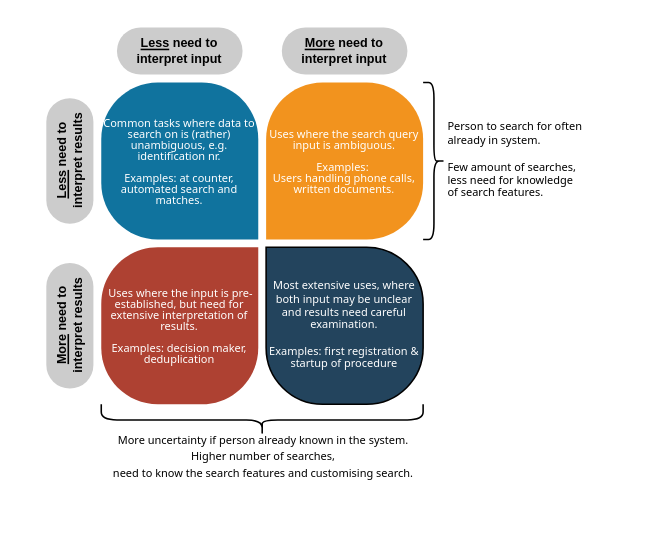
Earlier version of the draw.io diagram figures/ind-users-matrix.drawio (wvrossem/finding-blind-spots-dissertation). Source tidied: cells renumbered, new cells numbered last; positions are measured from the earlier drawing's top-left corner, leaving out a move shared by most shapes. Both pictures are drawn from the tidied source at 157%, with x=0, y=0 at pixel (27, 27).
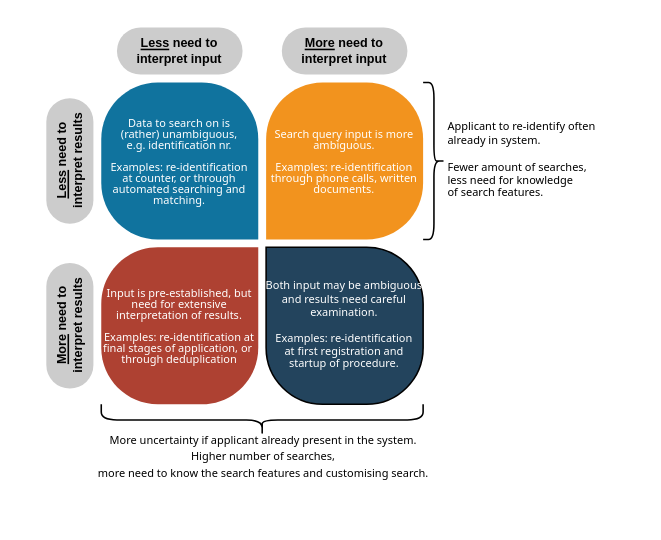
The same page after the edit.

Change to the diagram source:
```diff
@@
 <mxGraphModel>
   <root>
     <mxCell id="0" />
     <mxCell id="1" parent="0" />
-    <mxCell id="2" value="&lt;p style=&quot;line-height: 100%; font-size: 7px;&quot;&gt;&lt;font style=&quot;font-size: 7px;&quot;&gt;Common tasks where data to search on is (rather) unambiguous, e.g. identification nr.&lt;br style=&quot;font-size: 7px;&quot;&gt;&lt;br style=&quot;font-size: 7px;&quot;&gt;Examples: at counter, automated search and matches.&lt;/font&gt;&lt;/p&gt;" style="shape=mxgraph.basic.three_corner_round_rect;dx=18;flipH=1;html=1;fillColor=#10739E;strokeColor=none;shadow=0;fontSize=7;fontColor=#FFFFFF;align=center;fontStyle=0;whiteSpace=wrap;rounded=0;fontFamily=Tahoma;labelBackgroundColor=none;spacing=2;verticalAlign=middle;" parent="1" vertex="1">
+    <mxCell id="2" value="&lt;p style=&quot;line-height: 100%; font-size: 7px;&quot;&gt;&lt;font style=&quot;font-size: 7px;&quot;&gt;Data to search on is &lt;br&gt;(rather) unambiguous, &lt;br&gt;e.g. identification nr.&lt;br style=&quot;font-size: 7px;&quot;&gt;&lt;br style=&quot;font-size: 7px;&quot;&gt;Examples: re-identification&lt;br&gt;at counter, or through automated searching and matching.&lt;/font&gt;&lt;/p&gt;" style="shape=mxgraph.basic.three_corner_round_rect;dx=18;flipH=1;html=1;fillColor=#10739E;strokeColor=none;shadow=0;fontSize=7;fontColor=#FFFFFF;align=center;fontStyle=0;whiteSpace=wrap;rounded=0;fontFamily=Tahoma;labelBackgroundColor=none;spacing=2;verticalAlign=middle;" parent="1" vertex="1">
       <mxGeometry x="47" y="35" width="100" height="100" as="geometry" />
     </mxCell>
-    <mxCell id="3" value="&lt;p style=&quot;line-height: 100%; font-size: 7px;&quot;&gt;Uses where the search query input is ambiguous.&lt;br style=&quot;font-size: 7px;&quot;&gt;&lt;br style=&quot;font-size: 7px;&quot;&gt;Examples:&amp;nbsp;&lt;br style=&quot;font-size: 7px;&quot;&gt;Users handling phone calls, written documents.&lt;/p&gt;" style="shape=mxgraph.basic.three_corner_round_rect;dx=18;fillColor=#F2931E;strokeColor=none;shadow=0;fontSize=7;fontColor=#FFFFFF;align=center;fontStyle=0;rounded=0;fontFamily=Tahoma;html=1;whiteSpace=wrap;labelBorderColor=none;spacing=2;verticalAlign=middle;" parent="1" vertex="1">
+    <mxCell id="3" value="&lt;p style=&quot;line-height: 100%; font-size: 7px;&quot;&gt;Search query input is more ambiguous.&lt;br style=&quot;font-size: 7px;&quot;&gt;&lt;br style=&quot;font-size: 7px;&quot;&gt;Examples: re-identification through phone calls, written documents.&lt;/p&gt;" style="shape=mxgraph.basic.three_corner_round_rect;dx=18;fillColor=#F2931E;strokeColor=none;shadow=0;fontSize=7;fontColor=#FFFFFF;align=center;fontStyle=0;rounded=0;fontFamily=Tahoma;html=1;whiteSpace=wrap;labelBorderColor=none;spacing=2;verticalAlign=middle;" parent="1" vertex="1">
       <mxGeometry x="152" y="35" width="100" height="100" as="geometry" />
     </mxCell>
-    <mxCell id="4" value="&lt;p style=&quot;line-height: 100%; font-size: 7px;&quot;&gt;&amp;nbsp;Uses where the input is pre-established, but need for extensive interpretation of results.&lt;br style=&quot;font-size: 7px;&quot;&gt;&lt;br style=&quot;font-size: 7px;&quot;&gt;Examples: decision maker, deduplication&lt;/p&gt;" style="shape=mxgraph.basic.three_corner_round_rect;dx=18;flipH=1;flipV=1;html=1;fillColor=#AE4132;strokeColor=none;shadow=0;fontSize=7;fontColor=#FFFFFF;align=center;fontStyle=0;whiteSpace=wrap;rounded=0;fontFamily=Tahoma;spacing=2;verticalAlign=middle;" parent="1" vertex="1">
+    <mxCell id="4" value="&lt;p style=&quot;line-height: 100%; font-size: 7px;&quot;&gt;Input is pre-established, but need for extensive interpretation of results.&lt;br style=&quot;font-size: 7px;&quot;&gt;&lt;br style=&quot;font-size: 7px;&quot;&gt;Examples: re-identification at final stages of application, or&amp;nbsp; through deduplication&lt;/p&gt;" style="shape=mxgraph.basic.three_corner_round_rect;dx=18;flipH=1;flipV=1;html=1;fillColor=#AE4132;strokeColor=none;shadow=0;fontSize=7;fontColor=#FFFFFF;align=center;fontStyle=0;whiteSpace=wrap;rounded=0;fontFamily=Tahoma;spacing=2;verticalAlign=middle;" parent="1" vertex="1">
       <mxGeometry x="47" y="140" width="100" height="100" as="geometry" />
     </mxCell>
-    <mxCell id="5" value="Most extensive uses, where both input may be unclear and results need careful examination.&lt;br style=&quot;font-size: 7px;&quot;&gt;&lt;br style=&quot;font-size: 7px;&quot;&gt;Examples: first registration &amp;amp; startup of procedure" style="shape=mxgraph.basic.three_corner_round_rect;dx=18;flipV=1;fillColor=#23445D;shadow=0;fontSize=7;fontColor=#FFFFFF;align=center;fontStyle=0;rounded=0;fontFamily=Tahoma;sketch=0;spacing=1;verticalAlign=middle;whiteSpace=wrap;html=1;" parent="1" vertex="1">
+    <mxCell id="5" value="Both input may be ambiguous and results need careful examination.&lt;br style=&quot;font-size: 7px;&quot;&gt;&lt;br style=&quot;font-size: 7px;&quot;&gt;Examples: re-identification&lt;br&gt;at first registration and startup of procedure." style="shape=mxgraph.basic.three_corner_round_rect;dx=18;flipV=1;fillColor=#23445D;shadow=0;fontSize=7;fontColor=#FFFFFF;align=center;fontStyle=0;rounded=0;fontFamily=Tahoma;sketch=0;spacing=1;verticalAlign=middle;whiteSpace=wrap;html=1;" parent="1" vertex="1">
       <mxGeometry x="152" y="140" width="100" height="100" as="geometry" />
     </mxCell>
     <mxCell id="6" value="&lt;div style=&quot;font-size: 8px;&quot;&gt;&lt;u style=&quot;font-size: 8px;&quot;&gt;Less&lt;/u&gt; need to&lt;/div&gt;&lt;div style=&quot;font-size: 8px;&quot;&gt;interpret results&lt;/div&gt;" style="rounded=1;arcSize=50;html=1;fillColor=#CCCCCC;strokeColor=none;shadow=0;fontSize=8;align=center;fontStyle=1;whiteSpace=wrap;horizontal=0;fontFamily=Futura;" parent="1" vertex="1">
       <mxGeometry x="12" y="45" width="30" height="80" as="geometry" />
     </mxCell>
     <mxCell id="7" value="&lt;div style=&quot;font-size: 8px;&quot;&gt;&lt;u style=&quot;font-size: 8px;&quot;&gt;More&lt;/u&gt; need to&lt;/div&gt;&lt;div style=&quot;font-size: 8px;&quot;&gt;interpret results&lt;/div&gt;" style="rounded=1;arcSize=50;html=1;fillColor=#CCCCCC;strokeColor=none;shadow=0;fontSize=8;align=center;fontStyle=1;whiteSpace=wrap;horizontal=0;fontFamily=Futura;" parent="1" vertex="1">
       <mxGeometry x="12" y="150" width="30" height="80" as="geometry" />
     </mxCell>
     <mxCell id="8" value="&lt;u style=&quot;font-size: 8px;&quot;&gt;Less&lt;/u&gt; need to&lt;br style=&quot;font-size: 8px;&quot;&gt;interpret input" style="rounded=1;arcSize=50;html=1;fillColor=#CCCCCC;strokeColor=none;shadow=0;fontSize=8;align=center;fontStyle=1;whiteSpace=wrap;fontFamily=Futura;" parent="1" vertex="1">
       <mxGeometry x="57" width="80" height="30" as="geometry" />
     </mxCell>
     <mxCell id="9" value="&lt;u style=&quot;font-size: 8px;&quot;&gt;More&lt;/u&gt; need to&lt;br style=&quot;font-size: 8px;&quot;&gt;interpret input" style="rounded=1;arcSize=50;html=1;fillColor=#CCCCCC;strokeColor=none;shadow=0;fontSize=8;align=center;fontStyle=1;whiteSpace=wrap;fontFamily=Futura;" parent="1" vertex="1">
       <mxGeometry x="162" width="80" height="30" as="geometry" />
     </mxCell>
     <mxCell id="10" style="group;fontFamily=Tahoma;fontSize=7;" parent="1" vertex="1">
       <mxGeometry x="252" y="35" width="133.8" height="100" as="geometry" />
     </mxCell>
     <mxCell id="11" style="shape=curlyBracket;whiteSpace=wrap;html=1;rounded=1;labelBackgroundColor=none;sketch=0;strokeColor=#000000;fillColor=#9AC7BF;fontFamily=Helvetica;fontSize=8;fontColor=#E6E6E6;align=center;direction=west;size=0.5;" parent="10" vertex="1">
       <mxGeometry width="13.8" height="100" as="geometry" />
     </mxCell>
-    <mxCell id="12" value="&lt;div style=&quot;font-size: 7px&quot;&gt;&lt;span style=&quot;color: rgb(0 , 0 , 0)&quot;&gt;&lt;font style=&quot;font-size: 7px&quot;&gt;Person to search for often&amp;nbsp;&lt;/font&gt;&lt;/span&gt;&lt;/div&gt;&lt;font color=&quot;#000000&quot; style=&quot;font-size: 7px&quot;&gt;&lt;div&gt;already in system.&lt;/div&gt;&lt;div&gt;&lt;br&gt;&lt;/div&gt;&lt;div&gt;Few amount of searches,&lt;/div&gt;&lt;div&gt;less need for knowledge&amp;nbsp;&lt;/div&gt;&lt;div&gt;of search features.&lt;/div&gt;&lt;/font&gt;" style="text;html=1;align=left;verticalAlign=middle;fontSize=8;fontFamily=Tahoma;fontColor=#E6E6E6;" parent="10" vertex="1">
-      <mxGeometry x="13.8" y="15" width="100" height="70" as="geometry" />
+    <mxCell id="12" value="&lt;div style=&quot;font-size: 7px&quot;&gt;&lt;span style=&quot;color: rgb(0 , 0 , 0)&quot;&gt;&lt;font style=&quot;font-size: 7px&quot;&gt;Applicant&lt;/font&gt;&lt;/span&gt;&lt;span style=&quot;color: rgb(0, 0, 0); background-color: initial;&quot;&gt;&amp;nbsp;to re-identify often&amp;nbsp;&lt;/span&gt;&lt;/div&gt;&lt;font color=&quot;#000000&quot; style=&quot;font-size: 7px&quot;&gt;&lt;div&gt;already in system.&lt;/div&gt;&lt;div&gt;&lt;br&gt;&lt;/div&gt;&lt;div&gt;Fewer amount of searches,&lt;/div&gt;&lt;div&gt;less need for knowledge&amp;nbsp;&lt;/div&gt;&lt;div&gt;of search features.&lt;/div&gt;&lt;/font&gt;" style="text;html=1;align=left;verticalAlign=middle;fontSize=8;fontFamily=Tahoma;fontColor=#E6E6E6;" parent="10" vertex="1">
+      <mxGeometry x="13.8" y="20" width="110" height="60" as="geometry" />
     </mxCell>
     <mxCell id="13" style="group;fontSize=11;fontFamily=Tahoma;" parent="1" vertex="1">
       <mxGeometry x="-0.5" y="240" width="300" height="70" as="geometry" />
     </mxCell>
     <mxCell id="14" value="&lt;font color=&quot;#000000&quot;&gt;&lt;br&gt;&lt;/font&gt;" style="shape=curlyBracket;whiteSpace=wrap;html=1;rounded=1;labelBackgroundColor=none;sketch=0;strokeColor=#000000;fillColor=#9AC7BF;fontFamily=Helvetica;fontSize=8;fontColor=#E6E6E6;align=center;direction=north;" parent="13" vertex="1">
       <mxGeometry x="47.5" width="205" height="20" as="geometry" />
     </mxCell>
-    <mxCell id="15" value="&lt;font style=&quot;font-size: 7px&quot;&gt;&lt;span style=&quot;color: rgb(0 , 0 , 0)&quot;&gt;More uncertainty if person already known in the system.&lt;/span&gt;&lt;br style=&quot;color: rgb(0 , 0 , 0)&quot;&gt;&lt;span style=&quot;color: rgb(0 , 0 , 0)&quot;&gt;Higher number of searches, &lt;br&gt;need to know the search features and customising search.&lt;/span&gt;&lt;/font&gt;" style="text;html=1;align=center;verticalAlign=middle;fontSize=8;fontFamily=Tahoma;fontColor=#E6E6E6;" parent="13" vertex="1">
+    <mxCell id="15" value="&lt;font style=&quot;font-size: 7px&quot;&gt;&lt;span style=&quot;color: rgb(0 , 0 , 0)&quot;&gt;More uncertainty if applicant already present in the system.&lt;/span&gt;&lt;br style=&quot;color: rgb(0 , 0 , 0)&quot;&gt;&lt;span style=&quot;color: rgb(0 , 0 , 0)&quot;&gt;Higher number of searches, &lt;br&gt;more need to know the search features and customising search.&lt;/span&gt;&lt;/font&gt;" style="text;html=1;align=center;verticalAlign=middle;fontSize=8;fontFamily=Tahoma;fontColor=#E6E6E6;" parent="13" vertex="1">
       <mxGeometry x="50" y="13" width="200" height="40" as="geometry" />
     </mxCell>
   </root>
 </mxGraphModel>
```
